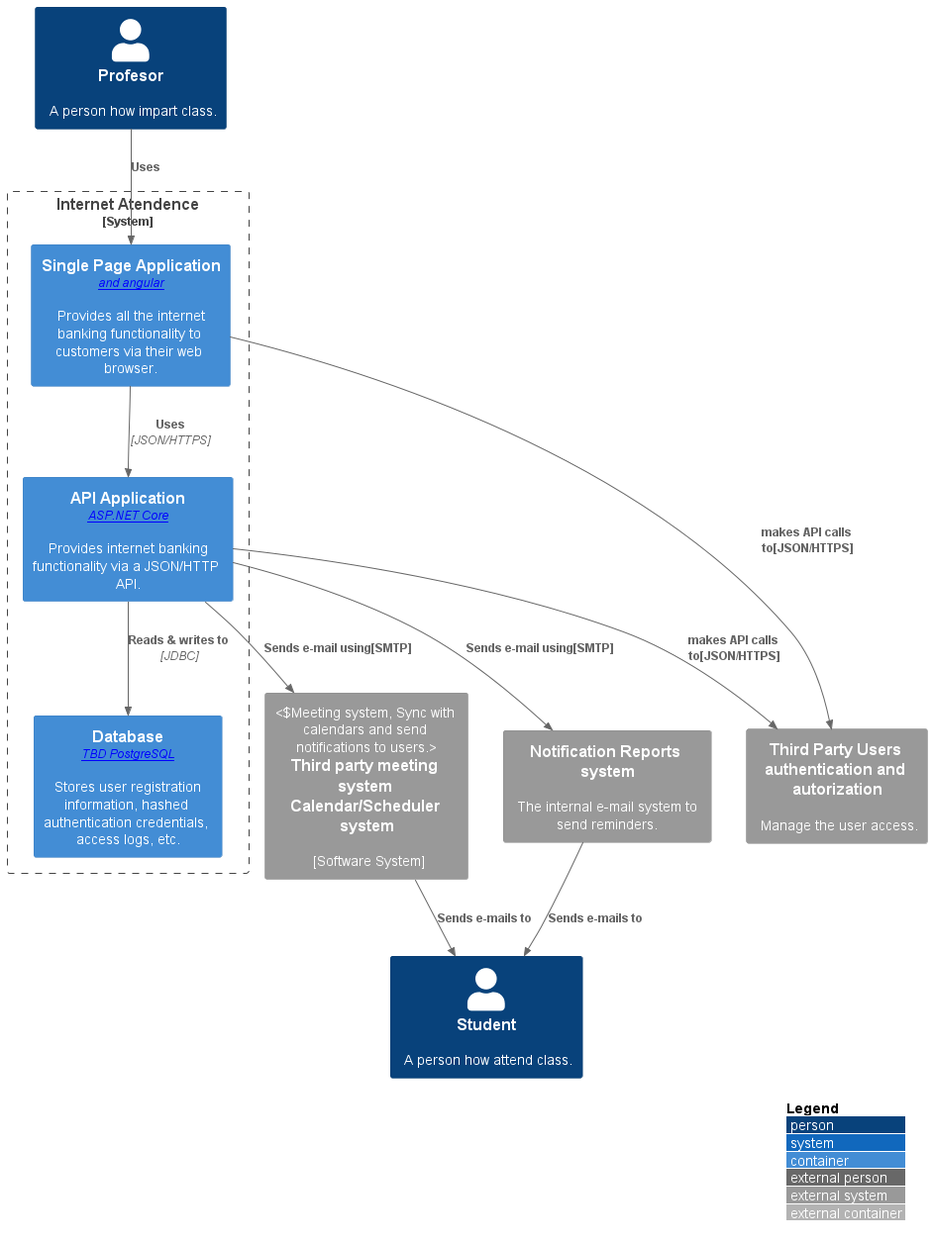
Above: docs/Atendance System/system.png in JU-DEV-LatamBootcamp/Klockan-Docs (PlantUML), before the change.
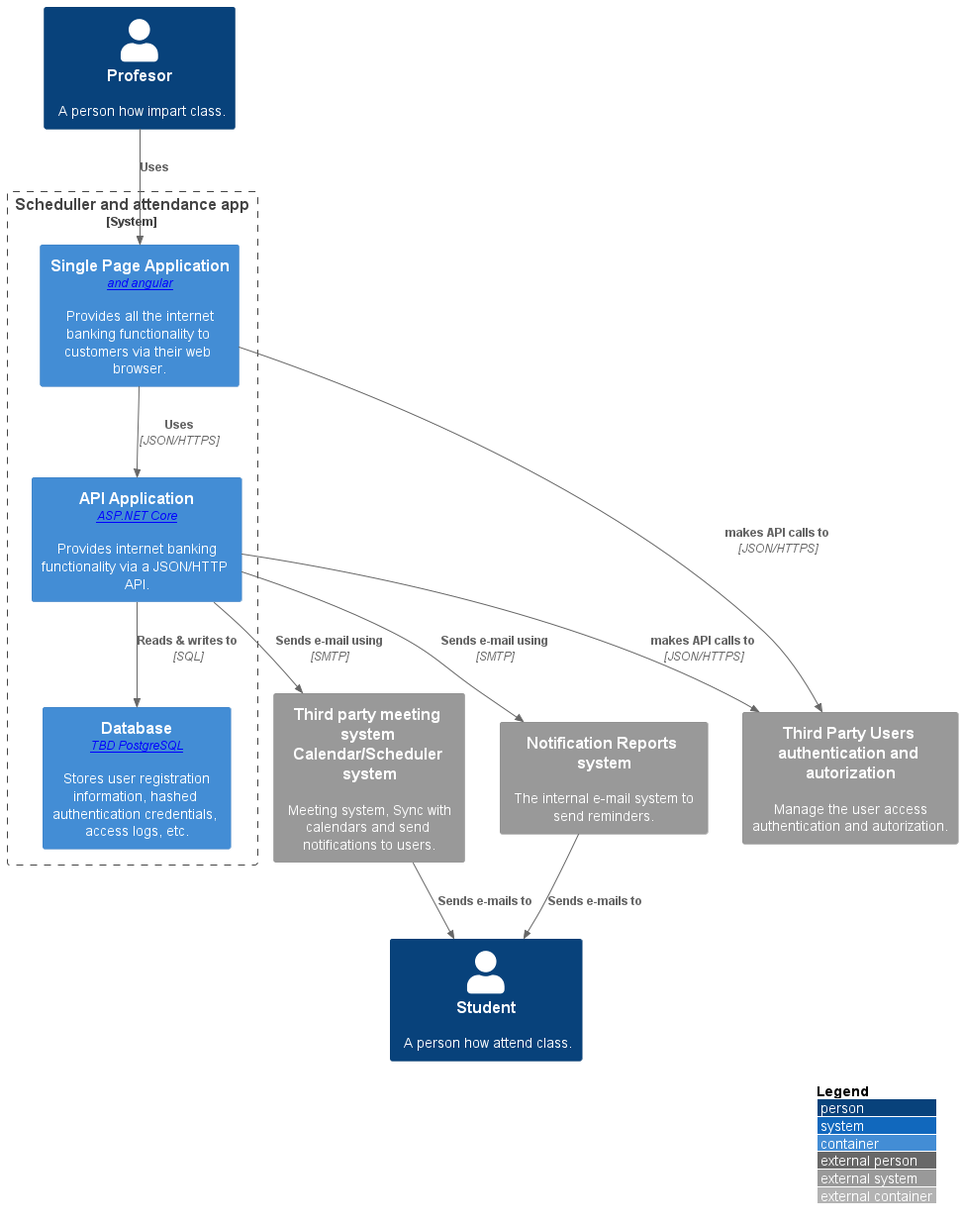
The same diagram one commit later.

Commit message:
Context and Container diagram

The edit, as a diff of the source:
```diff
@@ -5,23 +5,23 @@
 
 Person(pf, "Profesor", "A person how impart class.")
 Person(st, "Student", "A person how attend class.")
-System_Ext(tpms, "Third party meeting system Calendar/Scheduler system","[Software System]", "Meeting system, Sync with calendars and send notifications to users.")
+System_Ext(tpms, "Third party meeting system Calendar/Scheduler system", "Meeting system, Sync with calendars and send notifications to users.")
 System_Ext(nrs, "Notification Reports system", "The internal e-mail system to send reminders.")
-System_Ext(tas, "Third Party Users authentication and autorization", "Manage the user access.")
-System_Boundary(ia, "Internet Atendence") {
+System_Ext(tas, "Third Party Users authentication and autorization", "Manage the user access authentication and autorization.")
+System_Boundary(ia, "Scheduller and attendance app") {
     Container(spa, "Single Page Application", "[Container:Typescript and angular]", "Provides all the internet banking functionality to customers via their web browser.")
     Container(db, "Database", "[Container: TBD PostgreSQL]", "Stores user registration information, hashed authentication credentials, access logs, etc.")
     Container(api, "API Application", "[Container: ASP.NET Core]", "Provides internet banking functionality via a JSON/HTTP API.")
-    Rel(api, db, "Reads & writes to", "JDBC")
-    Rel(spa, api, "Uses", "JSON/HTTPS")
+
 }
 
-
+Rel(api, db, "Reads & writes to", "SQL")
+Rel(spa, api, "Uses", "JSON/HTTPS")
 Rel(pf, spa, "Uses")
-Rel(api, tpms, "Sends e-mail using[SMTP]")
-Rel(api, nrs, "Sends e-mail using[SMTP]")
-Rel(spa, tas, "makes API calls to[JSON/HTTPS]")
-Rel(api, tas, "makes API calls to[JSON/HTTPS]")
+Rel(api, tpms, "Sends e-mail using", "SMTP")
+Rel(api, nrs, "Sends e-mail using", "SMTP")
+Rel(spa, tas, "makes API calls to", "JSON/HTTPS")
+Rel(api, tas, "makes API calls to", "JSON/HTTPS")
 Rel(nrs, st, "Sends e-mails to")
 Rel(tpms, st, "Sends e-mails to")
 @enduml
```
